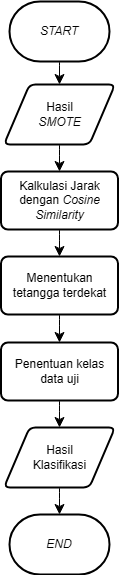
rfqma/skripsi keeps this draw.io diagram as flowcharts/flowchart_klasifikasi_model_knn.drawio.png. Above is the earlier version. Source tidied: cells renumbered, new cells last; positions are measured from the earlier drawing's top-left corner, leaving out a move shared by most shapes. The source it was exported from:
```xml
<mxGraphModel>
  <root>
    <mxCell id="0" />
    <mxCell id="1" parent="0" />
    <mxCell id="2" style="edgeStyle=none;curved=1;rounded=0;jettySize=auto;html=1;exitX=0.5;exitY=1;exitDx=0;exitDy=0;exitPerimeter=0;entryX=0.5;entryY=0;entryDx=0;entryDy=0;fontSize=12;startSize=8;endSize=8;" parent="1" edge="1" source="3" target="6">
      <mxGeometry relative="1" as="geometry" />
    </mxCell>
    <mxCell id="3" value="&lt;i&gt;START&lt;/i&gt;" style="strokeWidth=2;html=1;shape=mxgraph.flowchart.terminator;whiteSpace=wrap;" parent="1" vertex="1">
      <mxGeometry x="9" width="100" height="60" as="geometry" />
    </mxCell>
    <mxCell id="4" value="&lt;i&gt;END&lt;/i&gt;" style="strokeWidth=2;html=1;shape=mxgraph.flowchart.terminator;whiteSpace=wrap;" parent="1" vertex="1">
      <mxGeometry x="9" y="513" width="100" height="60" as="geometry" />
    </mxCell>
    <mxCell id="5" style="edgeStyle=none;curved=1;rounded=0;jettySize=auto;html=1;exitX=0.5;exitY=1;exitDx=0;exitDy=0;entryX=0.5;entryY=0;entryDx=0;entryDy=0;fontSize=12;startSize=8;endSize=8;" parent="1" edge="1" source="6" target="8">
      <mxGeometry relative="1" as="geometry" />
    </mxCell>
    <mxCell id="6" value="Hasil&lt;div&gt;&lt;i&gt;SMOTE&lt;/i&gt;&lt;/div&gt;" style="shape=parallelogram;html=1;strokeWidth=2;perimeter=parallelogramPerimeter;whiteSpace=wrap;rounded=1;arcSize=12;size=0.23;" parent="1" vertex="1">
      <mxGeometry x="3.5" y="83" width="111" height="60" as="geometry" />
    </mxCell>
    <mxCell id="7" style="edgeStyle=none;curved=1;rounded=0;jettySize=auto;html=1;exitX=0.5;exitY=1;exitDx=0;exitDy=0;entryX=0.5;entryY=0;entryDx=0;entryDy=0;fontSize=12;startSize=8;endSize=8;" parent="1" edge="1" source="8" target="10">
      <mxGeometry relative="1" as="geometry" />
    </mxCell>
    <mxCell id="8" value="Kalkulasi Jarak&lt;div&gt;dengan &lt;i&gt;Cosine&lt;/i&gt;&lt;/div&gt;&lt;div&gt;&lt;i&gt;Similarity&lt;/i&gt;&lt;/div&gt;" style="rounded=1;whiteSpace=wrap;html=1;absoluteArcSize=1;arcSize=14;strokeWidth=2;" parent="1" vertex="1">
      <mxGeometry x="0.5" y="170" width="117" height="58" as="geometry" />
    </mxCell>
    <mxCell id="9" style="edgeStyle=none;curved=1;rounded=0;jettySize=auto;html=1;exitX=0.5;exitY=1;exitDx=0;exitDy=0;entryX=0.5;entryY=0;entryDx=0;entryDy=0;fontSize=12;startSize=8;endSize=8;" parent="1" edge="1" source="10" target="12">
      <mxGeometry relative="1" as="geometry" />
    </mxCell>
    <mxCell id="10" value="Menentukan tetangga terdekat" style="rounded=1;whiteSpace=wrap;html=1;absoluteArcSize=1;arcSize=14;strokeWidth=2;" parent="1" vertex="1">
      <mxGeometry x="0.5" y="255" width="117" height="58" as="geometry" />
    </mxCell>
    <mxCell id="11" style="edgeStyle=none;curved=1;rounded=0;jettySize=auto;html=1;exitX=0.5;exitY=1;exitDx=0;exitDy=0;entryX=0.5;entryY=0;entryDx=0;entryDy=0;fontSize=12;startSize=8;endSize=8;" parent="1" edge="1" source="12" target="13">
      <mxGeometry relative="1" as="geometry" />
    </mxCell>
    <mxCell id="12" value="Penentuan kelas data uji" style="rounded=1;whiteSpace=wrap;html=1;absoluteArcSize=1;arcSize=14;strokeWidth=2;" parent="1" vertex="1">
      <mxGeometry x="0.5" y="341" width="117" height="58" as="geometry" />
    </mxCell>
    <mxCell id="13" value="Hasil&lt;div&gt;Klasifikasi&lt;/div&gt;" style="shape=parallelogram;html=1;strokeWidth=2;perimeter=parallelogramPerimeter;whiteSpace=wrap;rounded=1;arcSize=12;size=0.23;" parent="1" vertex="1">
      <mxGeometry x="3.5" y="426" width="111" height="60" as="geometry" />
    </mxCell>
    <mxCell id="14" style="edgeStyle=none;curved=1;rounded=0;jettySize=auto;html=1;exitX=0.5;exitY=1;exitDx=0;exitDy=0;entryX=0.5;entryY=0;entryDx=0;entryDy=0;entryPerimeter=0;fontSize=12;startSize=8;endSize=8;" parent="1" edge="1" source="13" target="4">
      <mxGeometry relative="1" as="geometry" />
    </mxCell>
  </root>
</mxGraphModel>
```
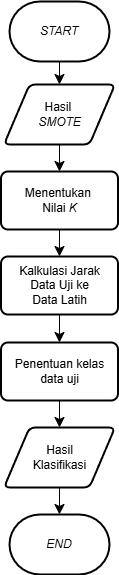
The same file after the commit.

Change to the diagram source:
```diff
@@ -14,19 +14,19 @@
     <mxCell id="5" style="edgeStyle=none;curved=1;rounded=0;jettySize=auto;html=1;exitX=0.5;exitY=1;exitDx=0;exitDy=0;entryX=0.5;entryY=0;entryDx=0;entryDy=0;fontSize=12;startSize=8;endSize=8;" parent="1" edge="1" source="6" target="8">
       <mxGeometry relative="1" as="geometry" />
     </mxCell>
-    <mxCell id="6" value="Hasil&lt;div&gt;&lt;i&gt;SMOTE&lt;/i&gt;&lt;/div&gt;" style="shape=parallelogram;html=1;strokeWidth=2;perimeter=parallelogramPerimeter;whiteSpace=wrap;rounded=1;arcSize=12;size=0.23;" parent="1" vertex="1">
+    <mxCell id="6" value="Hasil&amp;nbsp;&lt;div&gt;&lt;i&gt;SMOTE&lt;/i&gt;&lt;/div&gt;" style="shape=parallelogram;html=1;strokeWidth=2;perimeter=parallelogramPerimeter;whiteSpace=wrap;rounded=1;arcSize=12;size=0.23;" parent="1" vertex="1">
       <mxGeometry x="3.5" y="83" width="111" height="60" as="geometry" />
     </mxCell>
     <mxCell id="7" style="edgeStyle=none;curved=1;rounded=0;jettySize=auto;html=1;exitX=0.5;exitY=1;exitDx=0;exitDy=0;entryX=0.5;entryY=0;entryDx=0;entryDy=0;fontSize=12;startSize=8;endSize=8;" parent="1" edge="1" source="8" target="10">
       <mxGeometry relative="1" as="geometry" />
     </mxCell>
-    <mxCell id="8" value="Kalkulasi Jarak&lt;div&gt;dengan &lt;i&gt;Cosine&lt;/i&gt;&lt;/div&gt;&lt;div&gt;&lt;i&gt;Similarity&lt;/i&gt;&lt;/div&gt;" style="rounded=1;whiteSpace=wrap;html=1;absoluteArcSize=1;arcSize=14;strokeWidth=2;" parent="1" vertex="1">
+    <mxCell id="8" value="Menentukan&amp;nbsp;&lt;div&gt;Nilai &lt;i&gt;K&lt;/i&gt;&lt;/div&gt;" style="rounded=1;whiteSpace=wrap;html=1;absoluteArcSize=1;arcSize=14;strokeWidth=2;" parent="1" vertex="1">
       <mxGeometry x="0.5" y="170" width="117" height="58" as="geometry" />
     </mxCell>
     <mxCell id="9" style="edgeStyle=none;curved=1;rounded=0;jettySize=auto;html=1;exitX=0.5;exitY=1;exitDx=0;exitDy=0;entryX=0.5;entryY=0;entryDx=0;entryDy=0;fontSize=12;startSize=8;endSize=8;" parent="1" edge="1" source="10" target="12">
       <mxGeometry relative="1" as="geometry" />
     </mxCell>
-    <mxCell id="10" value="Menentukan tetangga terdekat" style="rounded=1;whiteSpace=wrap;html=1;absoluteArcSize=1;arcSize=14;strokeWidth=2;" parent="1" vertex="1">
+    <mxCell id="10" value="Kalkulasi Jarak&lt;div&gt;Data Uji ke&lt;/div&gt;&lt;div&gt;Data Latih&lt;/div&gt;" style="rounded=1;whiteSpace=wrap;html=1;absoluteArcSize=1;arcSize=14;strokeWidth=2;" parent="1" vertex="1">
       <mxGeometry x="0.5" y="255" width="117" height="58" as="geometry" />
     </mxCell>
     <mxCell id="11" style="edgeStyle=none;curved=1;rounded=0;jettySize=auto;html=1;exitX=0.5;exitY=1;exitDx=0;exitDy=0;entryX=0.5;entryY=0;entryDx=0;entryDy=0;fontSize=12;startSize=8;endSize=8;" parent="1" edge="1" source="12" target="13">
```
